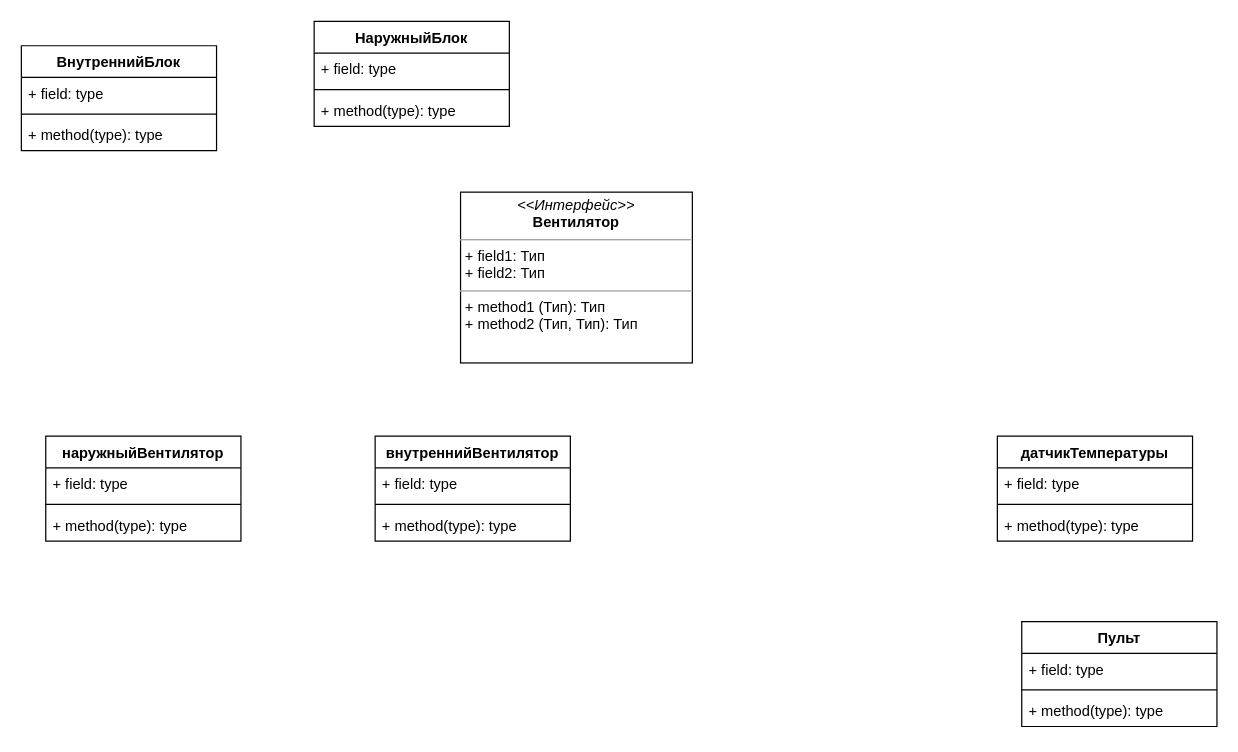
The draw.io diagram Classdiagram.drawio in NikolajGrom/Nik, before the edit. Source tidied: cells renumbered, new cells numbered last; positions are measured from the earlier drawing's top-left corner, leaving out a move shared by most shapes. Both pictures are drawn from the tidied source at 122%, with x=0, y=0 at pixel (21, 21).
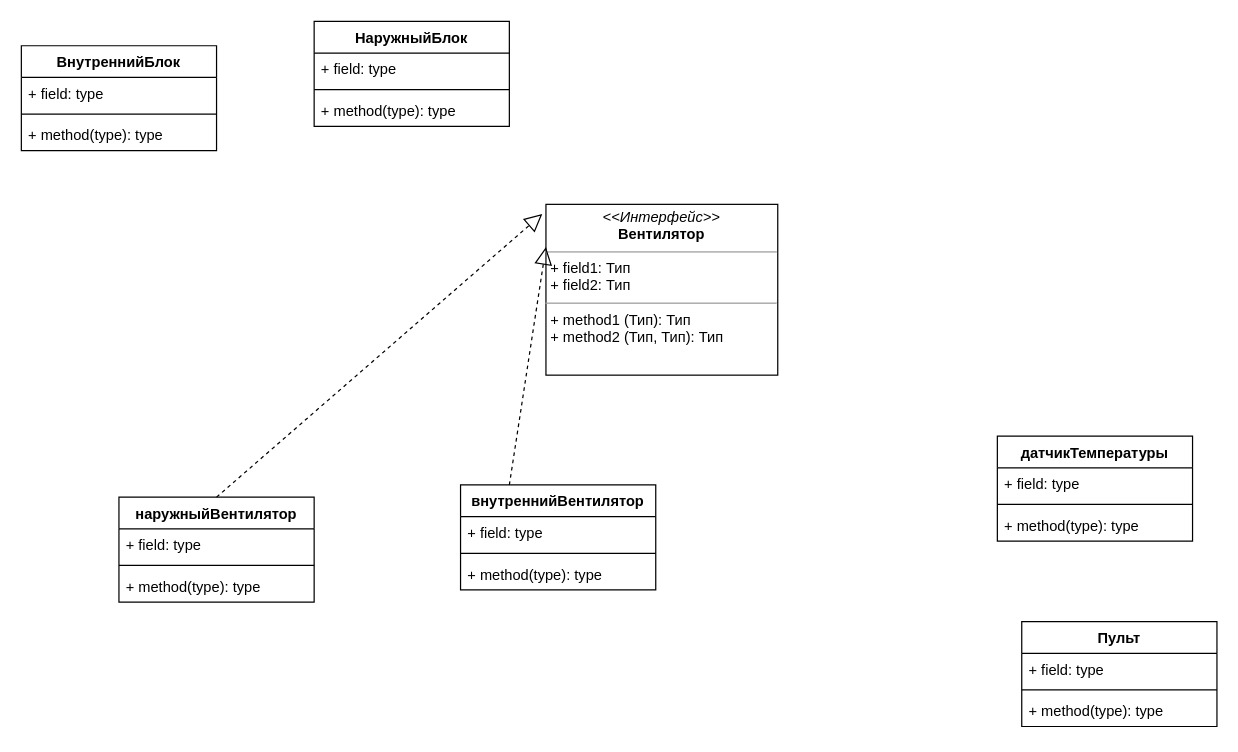
The same diagram, later.

Diff of the diagram source:
```diff
@@
     <mxCell id="2" value="внутреннийВентилятор" style="swimlane;fontStyle=1;align=center;verticalAlign=top;horizontal=1;startSize=26;" parent="1" vertex="1">
-      <mxGeometry x="290" y="340" width="160" height="86" as="geometry" />
+      <mxGeometry x="360" y="380" width="160" height="86" as="geometry" />
     </mxCell>
@@
     <mxCell id="6" value="&lt;p style=&quot;margin: 0px ; margin-top: 4px ; text-align: center&quot;&gt;&lt;i&gt;&amp;lt;&amp;lt;Интерфейс&amp;gt;&amp;gt; &lt;/i&gt;&lt;br&gt;&lt;b&gt;Вентилятор&lt;/b&gt;&lt;/p&gt;&lt;hr size=&quot;1&quot;&gt;&lt;p style=&quot;margin: 0px ; margin-left: 4px&quot;&gt;+ field1: Тип &lt;br&gt;+ field2: Тип&lt;/p&gt;&lt;hr size=&quot;1&quot;&gt;&lt;p style=&quot;margin: 0px ; margin-left: 4px&quot;&gt;+ method1 (Тип): Тип &lt;br&gt;+ method2 (Тип, Тип): Тип&lt;/p&gt;" style="verticalAlign=top;align=left;overflow=fill;fontSize=12;fontFamily=Helvetica;html=1;" parent="1" vertex="1">
-      <mxGeometry x="360" y="140" width="190" height="140" as="geometry" />
+      <mxGeometry x="430" y="150" width="190" height="140" as="geometry" />
     </mxCell>
     <mxCell id="7" value="наружныйВентилятор" style="swimlane;fontStyle=1;align=center;verticalAlign=top;horizontal=1;startSize=26;" parent="1" vertex="1">
-      <mxGeometry x="20" y="340" width="160" height="86" as="geometry" />
+      <mxGeometry x="80" y="390" width="160" height="86" as="geometry" />
     </mxCell>
@@
+    <mxCell id="27" style="endArrow=block;dashed=1;endFill=0;endSize=12;html=1;exitX=0.5;exitY=0;exitDx=0;exitDy=0;entryX=-0.016;entryY=0.057;entryDx=0;entryDy=0;entryPerimeter=0;" parent="1" edge="1" source="7" target="6">
+      <mxGeometry relative="1" as="geometry" />
+    </mxCell>
+    <mxCell id="28" style="endArrow=block;dashed=1;endFill=0;endSize=12;html=1;exitX=0.25;exitY=0;exitDx=0;exitDy=0;entryX=0;entryY=0.25;entryDx=0;entryDy=0;" parent="1" edge="1" source="2" target="6">
+      <mxGeometry relative="1" as="geometry" />
+    </mxCell>
```
